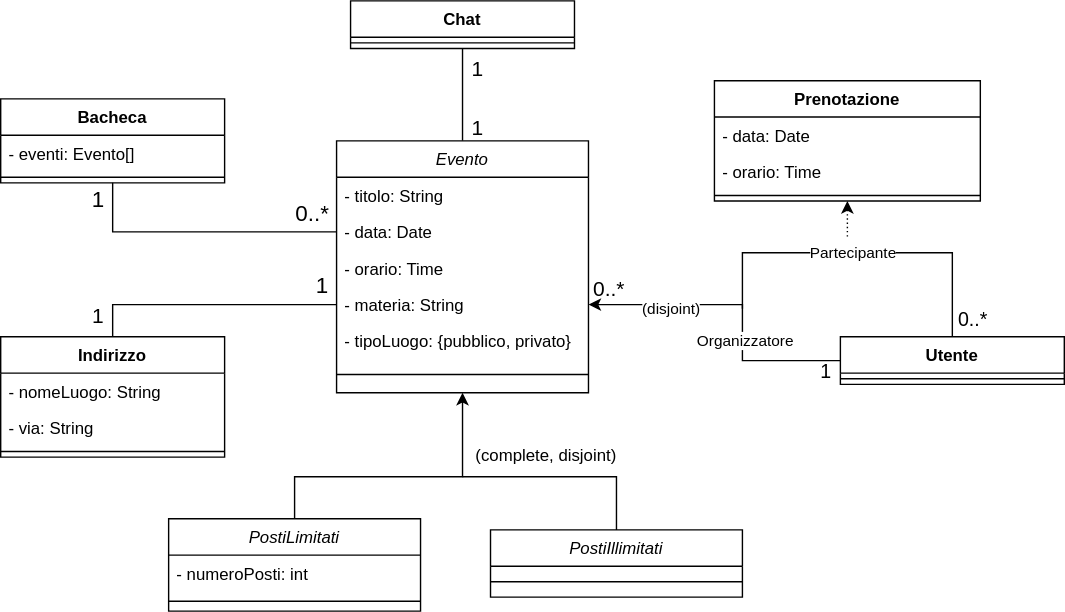
Above: ModelliDominioDrawio/Evento.svg in federicoporpora/studyLink (draw.io), before the change. Source tidied: cells renumbered, new cells last; positions are measured from the earlier drawing's top-left corner, leaving out a move shared by most shapes.
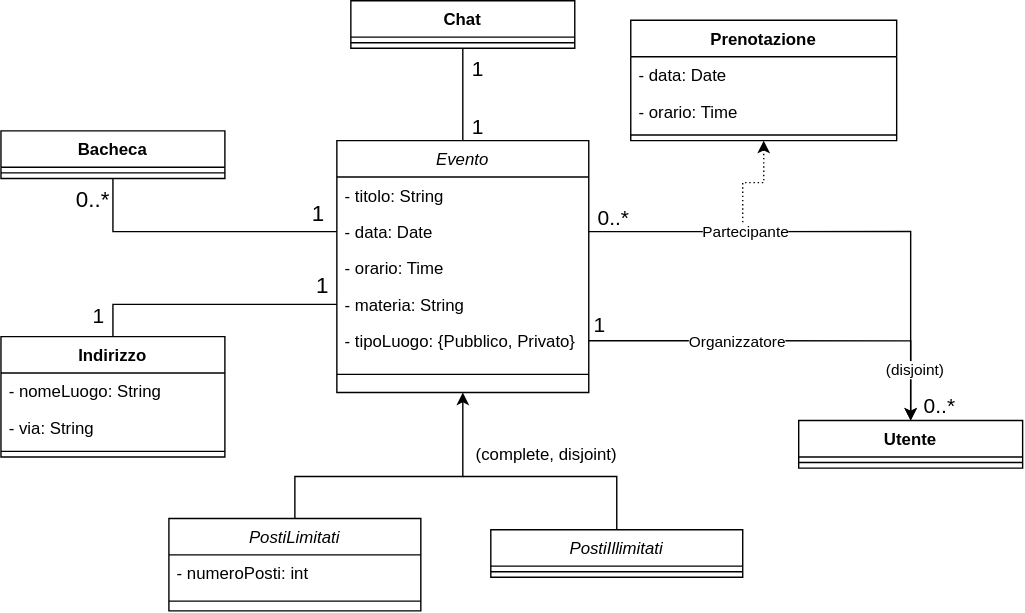
Above is the later version.

Commit message:
aggiunta tutti drawio 1,0

Diff of the diagram source:
```diff
@@ -20,6 +20,14 @@
     <mxCell id="5" value="- titolo: String" style="text;align=left;verticalAlign=top;spacingLeft=4;spacingRight=4;overflow=hidden;" parent="4" vertex="1">
       <mxGeometry y="26" width="180" height="26" as="geometry" />
     </mxCell>
+    <mxCell id="50" style="edgeStyle=orthogonalEdgeStyle;rounded=0;jettySize=auto;html=1;exitX=1;exitY=0.5;exitDx=0;exitDy=0;" parent="4" edge="1" source="6">
+      <mxGeometry relative="1" as="geometry">
+        <mxPoint x="410" y="200" as="targetPoint" />
+      </mxGeometry>
+    </mxCell>
+    <mxCell id="21" value="Partecipante" style="edgeLabel;html=1;align=center;verticalAlign=middle;" parent="50" vertex="1">
+      <mxGeometry x="-0.39" relative="1" as="geometry" />
+    </mxCell>
     <mxCell id="6" value="- data: Date" style="text;align=left;verticalAlign=top;spacingLeft=4;spacingRight=4;overflow=hidden;points=[[0,0.5],[1,0.5]];portConstraint=eastwest;rounded=0;shadow=0;html=0;" parent="4" vertex="1">
       <mxGeometry y="52" width="180" height="26" as="geometry" />
     </mxCell>
@@ -29,7 +37,7 @@
     <mxCell id="8" value="- materia: String" style="text;align=left;verticalAlign=top;spacingLeft=4;spacingRight=4;overflow=hidden;points=[[0,0.5],[1,0.5]];portConstraint=eastwest;rounded=0;shadow=0;html=0;" parent="4" vertex="1">
       <mxGeometry y="104" width="180" height="26" as="geometry" />
     </mxCell>
-    <mxCell id="9" value="- tipoLuogo: {pubblico, privato}" style="text;align=left;verticalAlign=top;spacingLeft=4;spacingRight=4;overflow=hidden;points=[[0,0.5],[1,0.5]];portConstraint=eastwest;rounded=0;shadow=0;html=0;" parent="4" vertex="1">
+    <mxCell id="9" value="- tipoLuogo: {Pubblico, Privato}" style="text;align=left;verticalAlign=top;spacingLeft=4;spacingRight=4;overflow=hidden;points=[[0,0.5],[1,0.5]];portConstraint=eastwest;rounded=0;shadow=0;html=0;" parent="4" vertex="1">
       <mxGeometry y="130" width="180" height="26" as="geometry" />
     </mxCell>
     <mxCell id="10" style="line;html=1;strokeWidth=1;align=left;verticalAlign=middle;spacingTop=-1;spacingLeft=3;spacingRight=3;labelPosition=right;" parent="4" vertex="1">
@@ -53,42 +61,25 @@
     <mxCell id="16" style="edgeStyle=orthogonalEdgeStyle;rounded=0;jettySize=auto;html=1;exitX=0.5;exitY=1;exitDx=0;exitDy=0;entryX=0;entryY=0.5;entryDx=0;entryDy=0;endArrow=none;endFill=0;" parent="1" edge="1" source="17" target="6">
       <mxGeometry relative="1" as="geometry" />
     </mxCell>
-    <mxCell id="17" value="Bacheca" style="swimlane;fontStyle=1;align=center;verticalAlign=top;horizontal=1;startSize=26;whiteSpace=wrap;html=1;" parent="1" vertex="1">
-      <mxGeometry y="70" width="160" height="60" as="geometry" />
+    <mxCell id="17" value="Bacheca" style="swimlane;fontStyle=1;align=center;verticalAlign=top;horizontal=1;startSize=26;whiteSpace=wrap;html=1;shadow=0;" parent="1" vertex="1">
+      <mxGeometry y="93" width="160" height="34" as="geometry" />
     </mxCell>
-    <mxCell id="18" value="- eventi: Evento[]" style="text;strokeColor=none;fillColor=none;align=left;verticalAlign=top;spacingLeft=4;spacingRight=4;overflow=hidden;whiteSpace=wrap;html=1;" parent="17" vertex="1">
-      <mxGeometry y="26" width="160" height="26" as="geometry" />
-    </mxCell>
     <mxCell id="19" style="line;strokeWidth=1;fillColor=none;align=left;verticalAlign=middle;spacingTop=-1;spacingLeft=3;spacingRight=3;labelPosition=right;strokeColor=inherit;" parent="17" vertex="1">
-      <mxGeometry y="52" width="160" height="8" as="geometry" />
+      <mxGeometry y="26" width="160" height="8" as="geometry" />
     </mxCell>
-    <mxCell id="20" style="edgeStyle=orthogonalEdgeStyle;rounded=0;jettySize=auto;html=1;exitX=0.5;exitY=0;exitDx=0;exitDy=0;endArrow=none;endFill=0;startArrow=none;startFill=0;" parent="1" edge="1" source="22">
-      <mxGeometry relative="1" as="geometry">
-        <mxPoint x="530" y="220" as="targetPoint" />
-        <Array as="points">
-          <mxPoint x="680" y="180" />
-          <mxPoint x="530" y="180" />
-        </Array>
-      </mxGeometry>
-    </mxCell>
-    <mxCell id="21" value="Partecipante" style="edgeLabel;html=1;align=center;verticalAlign=middle;" parent="20" vertex="1">
-      <mxGeometry x="0.06" relative="1" as="geometry">
-        <mxPoint y="-1" as="offset" />
-      </mxGeometry>
-    </mxCell>
     <mxCell id="22" value="Utente" style="swimlane;fontStyle=1;align=center;verticalAlign=top;horizontal=1;startSize=26;whiteSpace=wrap;html=1;" parent="1" vertex="1">
-      <mxGeometry x="600" y="240" width="160" height="34" as="geometry" />
+      <mxGeometry x="570" y="300" width="160" height="34" as="geometry" />
     </mxCell>
     <mxCell id="23" style="line;strokeWidth=1;fillColor=none;align=left;verticalAlign=middle;spacingTop=-1;spacingLeft=3;spacingRight=3;labelPosition=right;strokeColor=inherit;" parent="22" vertex="1">
       <mxGeometry y="26" width="160" height="8" as="geometry" />
     </mxCell>
-    <mxCell id="24" style="edgeStyle=orthogonalEdgeStyle;rounded=0;jettySize=auto;html=1;exitX=0.5;exitY=1;exitDx=0;exitDy=0;startArrow=classic;startFill=1;endArrow=none;endFill=0;dashed=1;dashPattern=1 2;" parent="1" edge="1" source="25">
-      <mxGeometry relative="1" as="geometry">
-        <mxPoint x="605" y="170" as="targetPoint" />
-      </mxGeometry>
-    </mxCell>
+    <mxCell id="51" style="edgeStyle=orthogonalEdgeStyle;rounded=0;jettySize=auto;html=1;exitX=0.5;exitY=1;exitDx=0;exitDy=0;startArrow=classic;startFill=1;endArrow=none;endFill=0;dashed=1;dashPattern=1 2;" parent="1" edge="1" source="25">
+      <mxGeometry relative="1" as="geometry">
+        <mxPoint x="530" y="160" as="targetPoint" />
+      </mxGeometry>
+    </mxCell>
     <mxCell id="25" value="&lt;font style=&quot;color: light-dark(rgb(0, 0, 0), rgb(255, 255, 255));&quot;&gt;Prenotazione&lt;/font&gt;" style="swimlane;fontStyle=1;align=center;verticalAlign=top;horizontal=1;startSize=26;whiteSpace=wrap;html=1;fontColor=light-dark(#000000,#FF0000);" parent="1" vertex="1">
-      <mxGeometry x="510" y="57" width="190" height="86" as="geometry" />
+      <mxGeometry x="450" y="14" width="190" height="86" as="geometry" />
     </mxCell>
     <mxCell id="26" value="- data: Date" style="text;strokeColor=none;fillColor=none;align=left;verticalAlign=top;spacingLeft=4;spacingRight=4;overflow=hidden;whiteSpace=wrap;html=1;" parent="25" vertex="1">
       <mxGeometry y="26" width="190" height="26" as="geometry" />
@@ -106,10 +97,10 @@
       <mxGeometry y="26" width="160" height="8" as="geometry" />
     </mxCell>
     <mxCell id="31" value="PostiIllimitati" style="swimlane;fontStyle=2;align=center;verticalAlign=top;horizontal=1;startSize=26;rounded=0;shadow=0;strokeWidth=1;" parent="1" vertex="1">
-      <mxGeometry x="350" y="378" width="180" height="48" as="geometry" />
+      <mxGeometry x="350" y="378" width="180" height="34" as="geometry" />
     </mxCell>
     <mxCell id="32" style="line;html=1;strokeWidth=1;align=left;verticalAlign=middle;spacingTop=-1;spacingLeft=3;spacingRight=3;labelPosition=right;" parent="31" vertex="1">
-      <mxGeometry y="26" width="180" height="22" as="geometry" />
+      <mxGeometry y="26" width="180" height="8" as="geometry" />
     </mxCell>
     <mxCell id="33" style="edgeStyle=orthogonalEdgeStyle;rounded=0;jettySize=auto;html=1;exitX=0.5;exitY=0;exitDx=0;exitDy=0;" parent="1" edge="1" source="34">
       <mxGeometry relative="1" as="geometry">
@@ -132,40 +123,17 @@
     <mxCell id="37" value="(complete, disjoint)" style="text;html=1;whiteSpace=wrap;strokeColor=none;fillColor=none;align=center;verticalAlign=middle;rounded=0;" parent="1" vertex="1">
       <mxGeometry x="330" y="310" width="120" height="30" as="geometry" />
     </mxCell>
-    <mxCell id="38" style="edgeStyle=orthogonalEdgeStyle;rounded=0;jettySize=auto;html=1;exitX=1;exitY=0.5;exitDx=0;exitDy=0;entryX=0;entryY=0.5;entryDx=0;entryDy=0;startArrow=classic;startFill=1;endArrow=none;endFill=0;" parent="1" edge="1" source="8" target="22">
-      <mxGeometry relative="1" as="geometry">
-        <Array as="points">
-          <mxPoint x="530" y="217" />
-          <mxPoint x="530" y="257" />
-        </Array>
-      </mxGeometry>
-    </mxCell>
-    <mxCell id="39" value="(disjoint)" style="edgeLabel;html=1;align=center;verticalAlign=middle;" parent="38" vertex="1">
-      <mxGeometry x="-0.47" y="-2" relative="1" as="geometry" />
-    </mxCell>
-    <mxCell id="40" value="Organizzatore" style="edgeLabel;html=1;align=center;verticalAlign=middle;" parent="38" vertex="1">
-      <mxGeometry x="0.22" y="1" relative="1" as="geometry" />
-    </mxCell>
-    <mxCell id="41" value="&lt;font style=&quot;font-size: 14px;&quot;&gt;1&lt;/font&gt;" style="text;html=1;whiteSpace=wrap;strokeColor=none;fillColor=none;align=center;verticalAlign=middle;rounded=0;" parent="1" vertex="1">
-      <mxGeometry x="560" y="250" width="60" height="30" as="geometry" />
-    </mxCell>
-    <mxCell id="42" value="&lt;font style=&quot;font-size: 14px;&quot;&gt;0..*&lt;/font&gt;" style="text;html=1;whiteSpace=wrap;strokeColor=none;fillColor=none;align=center;verticalAlign=middle;rounded=0;" parent="1" vertex="1">
-      <mxGeometry x="665" y="213" width="60" height="30" as="geometry" />
-    </mxCell>
-    <mxCell id="43" value="&lt;font style=&quot;font-size: 15px;&quot;&gt;0..*&lt;/font&gt;" style="text;html=1;whiteSpace=wrap;strokeColor=none;fillColor=none;align=center;verticalAlign=middle;rounded=0;" parent="1" vertex="1">
-      <mxGeometry x="405" y="190" width="60" height="30" as="geometry" />
-    </mxCell>
     <mxCell id="44" value="&lt;font style=&quot;font-size: 15px;&quot;&gt;1&lt;/font&gt;" style="text;html=1;whiteSpace=wrap;strokeColor=none;fillColor=none;align=center;verticalAlign=middle;rounded=0;" parent="1" vertex="1">
       <mxGeometry x="40" y="210" width="60" height="30" as="geometry" />
     </mxCell>
     <mxCell id="45" value="&lt;font style=&quot;font-size: 16px;&quot;&gt;1&lt;/font&gt;" style="text;html=1;whiteSpace=wrap;strokeColor=none;fillColor=none;align=center;verticalAlign=middle;rounded=0;" parent="1" vertex="1">
       <mxGeometry x="200" y="188" width="60" height="30" as="geometry" />
     </mxCell>
-    <mxCell id="46" value="&lt;font style=&quot;font-size: 16px;&quot;&gt;1&lt;/font&gt;" style="text;html=1;whiteSpace=wrap;strokeColor=none;fillColor=none;align=center;verticalAlign=middle;rounded=0;" parent="1" vertex="1">
-      <mxGeometry x="40" y="127" width="60" height="30" as="geometry" />
+    <mxCell id="46" value="&lt;font style=&quot;font-size: 16px;&quot;&gt;0..*&lt;/font&gt;" style="text;html=1;whiteSpace=wrap;strokeColor=none;fillColor=none;align=center;verticalAlign=middle;rounded=0;" parent="1" vertex="1">
+      <mxGeometry x="36" y="127" width="60" height="30" as="geometry" />
     </mxCell>
-    <mxCell id="47" value="&lt;font style=&quot;font-size: 16px;&quot;&gt;0..*&lt;/font&gt;" style="text;html=1;whiteSpace=wrap;strokeColor=none;fillColor=none;align=center;verticalAlign=middle;rounded=0;" parent="1" vertex="1">
-      <mxGeometry x="193" y="137" width="60" height="30" as="geometry" />
+    <mxCell id="47" value="&lt;font style=&quot;font-size: 16px;&quot;&gt;1&lt;/font&gt;" style="text;html=1;whiteSpace=wrap;strokeColor=none;fillColor=none;align=center;verticalAlign=middle;rounded=0;" parent="1" vertex="1">
+      <mxGeometry x="197" y="137" width="60" height="30" as="geometry" />
     </mxCell>
     <mxCell id="48" value="&lt;font style=&quot;font-size: 15px;&quot;&gt;1&lt;/font&gt;" style="text;html=1;whiteSpace=wrap;strokeColor=none;fillColor=none;align=center;verticalAlign=middle;rounded=0;" parent="1" vertex="1">
       <mxGeometry x="311" y="33" width="60" height="30" as="geometry" />
@@ -173,5 +141,25 @@
     <mxCell id="49" value="&lt;font style=&quot;font-size: 15px;&quot;&gt;1&lt;/font&gt;" style="text;html=1;whiteSpace=wrap;strokeColor=none;fillColor=none;align=center;verticalAlign=middle;rounded=0;" parent="1" vertex="1">
       <mxGeometry x="311" y="75" width="60" height="30" as="geometry" />
     </mxCell>
+    <mxCell id="52" style="edgeStyle=orthogonalEdgeStyle;rounded=0;jettySize=auto;html=1;exitX=1;exitY=0.5;exitDx=0;exitDy=0;" parent="1" edge="1" source="9" target="22">
+      <mxGeometry relative="1" as="geometry" />
+    </mxCell>
+    <mxCell id="39" value="(disjoint)" style="edgeLabel;html=1;align=center;verticalAlign=middle;" parent="52" vertex="1">
+      <mxGeometry x="0.81" y="3" relative="1" as="geometry">
+        <mxPoint y="-9" as="offset" />
+      </mxGeometry>
+    </mxCell>
+    <mxCell id="40" value="Organizzatore" style="edgeLabel;html=1;align=center;verticalAlign=middle;" parent="52" vertex="1">
+      <mxGeometry x="-0.27" y="-1" relative="1" as="geometry" />
+    </mxCell>
+    <mxCell id="53" value="&lt;font style=&quot;font-size: 15px;&quot;&gt;0..*&lt;/font&gt;" style="text;html=1;whiteSpace=wrap;strokeColor=none;fillColor=none;align=center;verticalAlign=middle;rounded=0;" parent="1" vertex="1">
+      <mxGeometry x="408" y="140" width="60" height="30" as="geometry" />
+    </mxCell>
+    <mxCell id="41" value="&lt;font style=&quot;font-size: 15px;&quot;&gt;1&lt;/font&gt;" style="text;html=1;whiteSpace=wrap;strokeColor=none;fillColor=none;align=center;verticalAlign=middle;rounded=0;" parent="1" vertex="1">
+      <mxGeometry x="398" y="216" width="60" height="30" as="geometry" />
+    </mxCell>
+    <mxCell id="54" value="&lt;font style=&quot;font-size: 15px;&quot;&gt;0..*&lt;/font&gt;" style="text;html=1;whiteSpace=wrap;strokeColor=none;fillColor=none;align=center;verticalAlign=middle;rounded=0;" parent="1" vertex="1">
+      <mxGeometry x="641" y="274" width="60" height="30" as="geometry" />
+    </mxCell>
   </root>
 </mxGraphModel>
```
